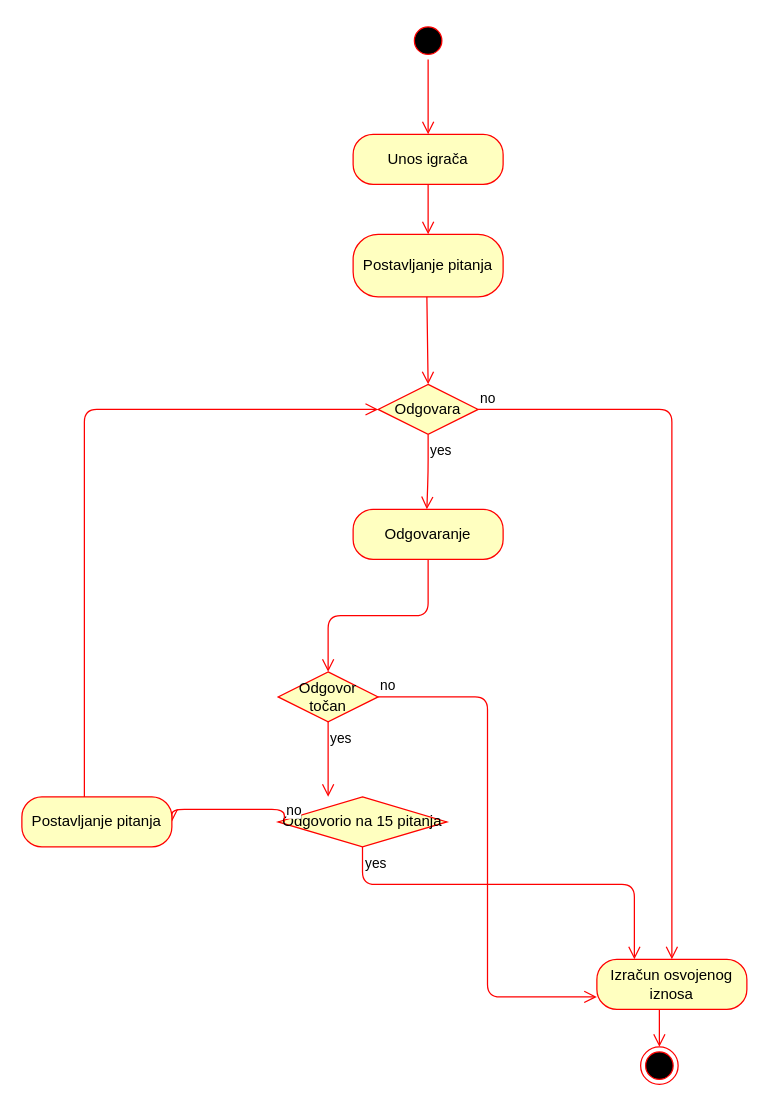
Above: page "Page-2" (2 of 7) of Untitled Diagram.drawio in Jasna-12345/Milijunas (draw.io), before the change. Source tidied: cells renumbered, new cells numbered last; positions are measured from the earlier drawing's top-left corner, leaving out a move shared by most shapes. Both pictures are drawn from the tidied source at 125%, with x=0, y=0 at pixel (21, 21).
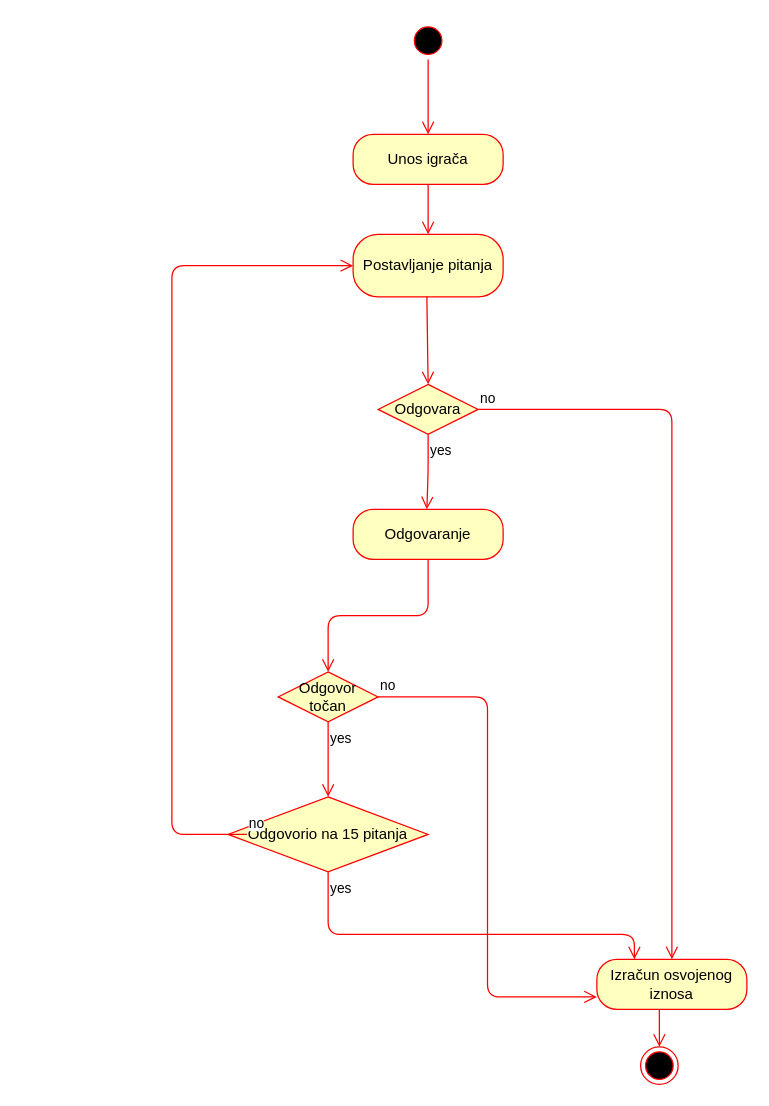
The same page after the edit.

Unchanged cells that the change refers to:
```xml
<mxCell id="7" value="Postavljanje pitanja" style="rounded=1;whiteSpace=wrap;html=1;arcSize=40;fontColor=#000000;fillColor=#ffffc0;strokeColor=#ff0000;" parent="1" vertex="1">
  <mxGeometry x="265" y="170" width="120" height="50" as="geometry" />
</mxCell>
<mxCell id="8" value="Odgovara" style="rhombus;whiteSpace=wrap;html=1;fillColor=#ffffc0;strokeColor=#ff0000;" parent="1" vertex="1">
  <mxGeometry x="285" y="290" width="80" height="40" as="geometry" />
</mxCell>
<mxCell id="12" value="Izračun osvojenog iznosa" style="rounded=1;whiteSpace=wrap;html=1;arcSize=40;fontColor=#000000;fillColor=#ffffc0;strokeColor=#ff0000;" parent="1" vertex="1">
  <mxGeometry x="460" y="750" width="120" height="40" as="geometry" />
</mxCell>
```

What changed in the source:
```diff
@@
     <mxCell id="19" value="Odgovorio na 15 pitanja" style="rhombus;whiteSpace=wrap;html=1;fillColor=#ffffc0;strokeColor=#ff0000;rotation=0;" parent="1" vertex="1">
-      <mxGeometry x="205" y="620" width="135" height="40" as="geometry" />
+      <mxGeometry x="165" y="620" width="160" height="60" as="geometry" />
     </mxCell>
-    <mxCell id="20" value="no" style="edgeStyle=orthogonalEdgeStyle;html=1;align=left;verticalAlign=bottom;endArrow=open;endSize=8;strokeColor=#ff0000;entryX=1;entryY=0.5;entryDx=0;entryDy=0;" parent="1" edge="1" target="22">
+    <mxCell id="20" value="no" style="edgeStyle=orthogonalEdgeStyle;html=1;align=left;verticalAlign=bottom;endArrow=open;endSize=8;strokeColor=#ff0000;entryX=0;entryY=0.5;entryDx=0;entryDy=0;" parent="1" edge="1" target="7">
       <mxGeometry x="-1" relative="1" as="geometry">
-        <mxPoint x="210" y="640" as="sourcePoint" />
+        <mxPoint x="180" y="650" as="sourcePoint" />
         <Array as="points">
-          <mxPoint x="210" y="630" />
-          <mxPoint x="120" y="630" />
+          <mxPoint x="120" y="650" />
+          <mxPoint x="120" y="195" />
         </Array>
       </mxGeometry>
     </mxCell>
     <mxCell id="21" value="yes" style="edgeStyle=orthogonalEdgeStyle;html=1;align=left;verticalAlign=top;endArrow=open;endSize=8;strokeColor=#ff0000;entryX=0.25;entryY=0;entryDx=0;entryDy=0;exitX=0.5;exitY=1;exitDx=0;exitDy=0;" parent="1" edge="1" source="19" target="12">
       <mxGeometry x="-1" relative="1" as="geometry">
         <Array as="points">
-          <mxPoint x="273" y="690" />
-          <mxPoint x="490" y="690" />
+          <mxPoint x="245" y="730" />
+          <mxPoint x="490" y="730" />
         </Array>
       </mxGeometry>
     </mxCell>
-    <mxCell id="22" value="Postavljanje pitanja" style="rounded=1;whiteSpace=wrap;html=1;arcSize=40;fontColor=#000000;fillColor=#ffffc0;strokeColor=#ff0000;" parent="1" vertex="1">
-      <mxGeometry y="620" width="120" height="40" as="geometry" />
-    </mxCell>
-    <mxCell id="23" style="edgeStyle=orthogonalEdgeStyle;html=1;verticalAlign=bottom;endArrow=open;endSize=8;strokeColor=#ff0000;entryX=0;entryY=0.5;entryDx=0;entryDy=0;" parent="1" edge="1" source="22" target="8">
-      <mxGeometry relative="1" as="geometry">
-        <Array as="points">
-          <mxPoint x="50" y="640" />
-          <mxPoint x="50" y="310" />
-        </Array>
-      </mxGeometry>
-    </mxCell>
```
